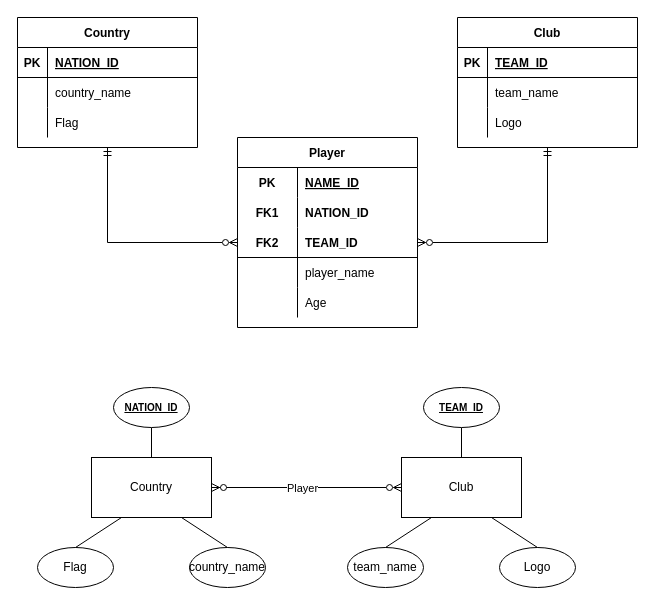
Above: erd.drawio in Nikolay-spec/bd_lab2_shevchenko (draw.io), before the change. Source tidied: cells renumbered, new cells numbered last; positions are measured from the earlier drawing's top-left corner, leaving out a move shared by most shapes. Both pictures are drawn from the tidied source at 100%, with x=0, y=0 at pixel (17, 17).
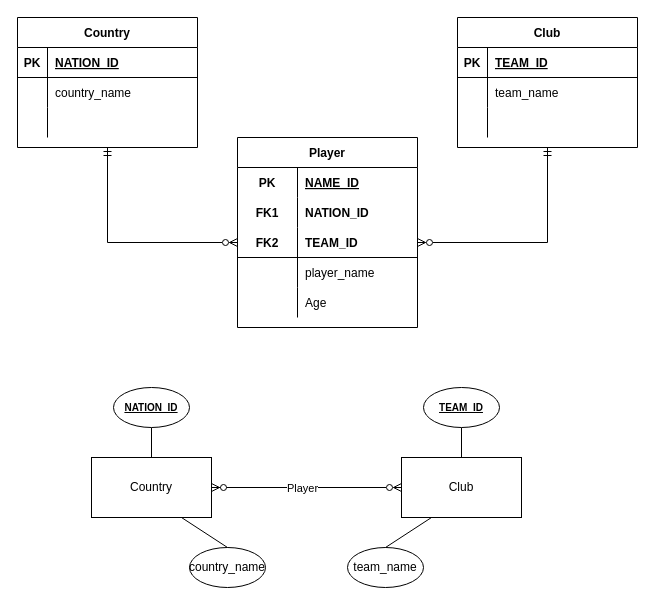
The same diagram, later.

Unchanged cells that the change refers to:
```xml
<mxCell id="10" style="shape=partialRectangle;fillColor=none;top=0;left=0;bottom=0;right=0;" parent="3" vertex="1">
  <mxGeometry y="90" width="180" height="30" as="geometry" />
</mxCell>
<mxCell id="21" style="shape=partialRectangle;fillColor=none;top=0;left=0;bottom=0;right=0;" parent="14" vertex="1">
  <mxGeometry y="90" width="180" height="30" as="geometry" />
</mxCell>
<mxCell id="42" value="Country" style="rounded=0;whiteSpace=wrap;html=1;" parent="1" vertex="1">
  <mxGeometry x="74" y="440" width="120" height="60" as="geometry" />
</mxCell>
<mxCell id="44" value="Club" style="rounded=0;whiteSpace=wrap;html=1;" parent="1" vertex="1">
  <mxGeometry x="384" y="440" width="120" height="60" as="geometry" />
</mxCell>
```

What changed in the source:
```diff
@@
-    <mxCell id="12" value="Logo" style="shape=partialRectangle;fillColor=none;top=0;left=0;bottom=0;right=0;align=left;spacingLeft=6;overflow=hidden;" parent="10" vertex="1">
+    <mxCell id="12" style="shape=partialRectangle;fillColor=none;top=0;left=0;bottom=0;right=0;align=left;spacingLeft=6;overflow=hidden;" parent="10" vertex="1">
       <mxGeometry x="30" width="150" height="30" as="geometry" />
     </mxCell>
@@
-    <mxCell id="23" value="Flag" style="shape=partialRectangle;fillColor=none;top=0;left=0;bottom=0;right=0;align=left;spacingLeft=6;overflow=hidden;" parent="21" vertex="1">
+    <mxCell id="23" style="shape=partialRectangle;fillColor=none;top=0;left=0;bottom=0;right=0;align=left;spacingLeft=6;overflow=hidden;" parent="21" vertex="1">
       <mxGeometry x="30" width="150" height="30" as="geometry" />
     </mxCell>
@@
-    <mxCell id="47" value="Logo" style="ellipse;whiteSpace=wrap;html=1;" parent="1" vertex="1">
-      <mxGeometry x="482" y="530" width="76" height="40" as="geometry" />
-    </mxCell>
@@
-    <mxCell id="51" style="rounded=0;jettySize=auto;html=1;entryX=0.75;entryY=1;entryDx=0;entryDy=0;startArrow=none;startFill=0;endArrow=none;endFill=0;exitX=0.5;exitY=0;exitDx=0;exitDy=0;" parent="1" edge="1" source="47" target="44">
-      <mxGeometry relative="1" as="geometry" />
-    </mxCell>
-    <mxCell id="52" value="Flag" style="ellipse;whiteSpace=wrap;html=1;" parent="1" vertex="1">
-      <mxGeometry x="20" y="530" width="76" height="40" as="geometry" />
-    </mxCell>
@@
-    <mxCell id="54" style="rounded=0;jettySize=auto;html=1;entryX=0.25;entryY=1;entryDx=0;entryDy=0;startArrow=none;startFill=0;endArrow=none;endFill=0;exitX=0.5;exitY=0;exitDx=0;exitDy=0;" parent="1" edge="1" source="52" target="42">
-      <mxGeometry relative="1" as="geometry" />
-    </mxCell>
```
